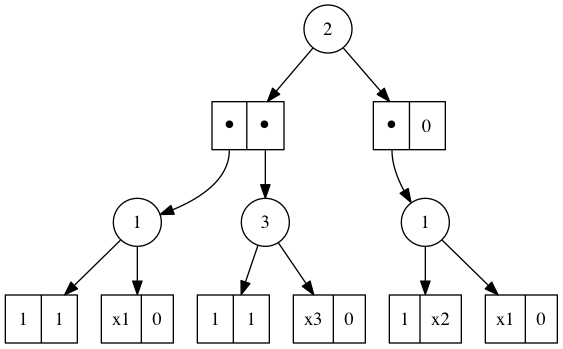
fangbq/SFDD keeps this Graphviz diagram as dotG/test2/f=1⊕x1.dot.png. Above is the earlier version. Its source is kept beside it as dotG/test2/f=1⊕x1.dot. The source it was exported from:
```dot
digraph G {
	Dec_0_1 [shape=circle, label="2"]
	Dec_0_1 -> Ele_1_9
	Ele_1_9 [shape=record,label="<f0> ●|<f1> ●"]
	Ele_1_9:f0 -> Dec_2_13
	Dec_2_13 [shape=circle, label="1"]
	Dec_2_13 -> Ele_3_23
	Ele_3_23 [shape=record,label="<f0> 1|<f1> 1"]
	Dec_2_13 -> Ele_3_24
	Ele_3_24 [shape=record,label="<f0> x1|<f1> 0"]
	Ele_1_9:f1 -> Dec_2_14
	Dec_2_14 [shape=circle, label="3"]
	Dec_2_14 -> Ele_3_25
	Ele_3_25 [shape=record,label="<f0> 1|<f1> 1"]
	Dec_2_14 -> Ele_3_26
	Ele_3_26 [shape=record,label="<f0> x3|<f1> 0"]
	Dec_0_1 -> Ele_1_10
	Ele_1_10 [shape=record,label="<f0> ●|<f1> 0"]
	Ele_1_10:f0 -> Dec_2_15
	Dec_2_15 [shape=circle, label="1"]
	Dec_2_15 -> Ele_3_27
	Ele_3_27 [shape=record,label="<f0> 1|<f1> x2"]
	Dec_2_15 -> Ele_3_28
	Ele_3_28 [shape=record,label="<f0> x1|<f1> 0"]
}
```
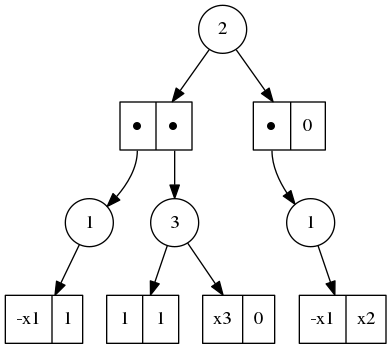
Above is the later version.

What changed in the source:
```diff
@@ -5,21 +5,17 @@
 	Ele_1_9:f0 -> Dec_2_13
 	Dec_2_13 [shape=circle, label="1"]
 	Dec_2_13 -> Ele_3_23
-	Ele_3_23 [shape=record,label="<f0> 1|<f1> 1"]
-	Dec_2_13 -> Ele_3_24
-	Ele_3_24 [shape=record,label="<f0> x1|<f1> 0"]
+	Ele_3_23 [shape=record,label="<f0> -x1|<f1> 1"]
 	Ele_1_9:f1 -> Dec_2_14
 	Dec_2_14 [shape=circle, label="3"]
+	Dec_2_14 -> Ele_3_24
+	Ele_3_24 [shape=record,label="<f0> 1|<f1> 1"]
 	Dec_2_14 -> Ele_3_25
-	Ele_3_25 [shape=record,label="<f0> 1|<f1> 1"]
-	Dec_2_14 -> Ele_3_26
-	Ele_3_26 [shape=record,label="<f0> x3|<f1> 0"]
+	Ele_3_25 [shape=record,label="<f0> x3|<f1> 0"]
 	Dec_0_1 -> Ele_1_10
 	Ele_1_10 [shape=record,label="<f0> ●|<f1> 0"]
 	Ele_1_10:f0 -> Dec_2_15
 	Dec_2_15 [shape=circle, label="1"]
-	Dec_2_15 -> Ele_3_27
-	Ele_3_27 [shape=record,label="<f0> 1|<f1> x2"]
-	Dec_2_15 -> Ele_3_28
-	Ele_3_28 [shape=record,label="<f0> x1|<f1> 0"]
+	Dec_2_15 -> Ele_3_26
+	Ele_3_26 [shape=record,label="<f0> -x1|<f1> x2"]
 }
```
